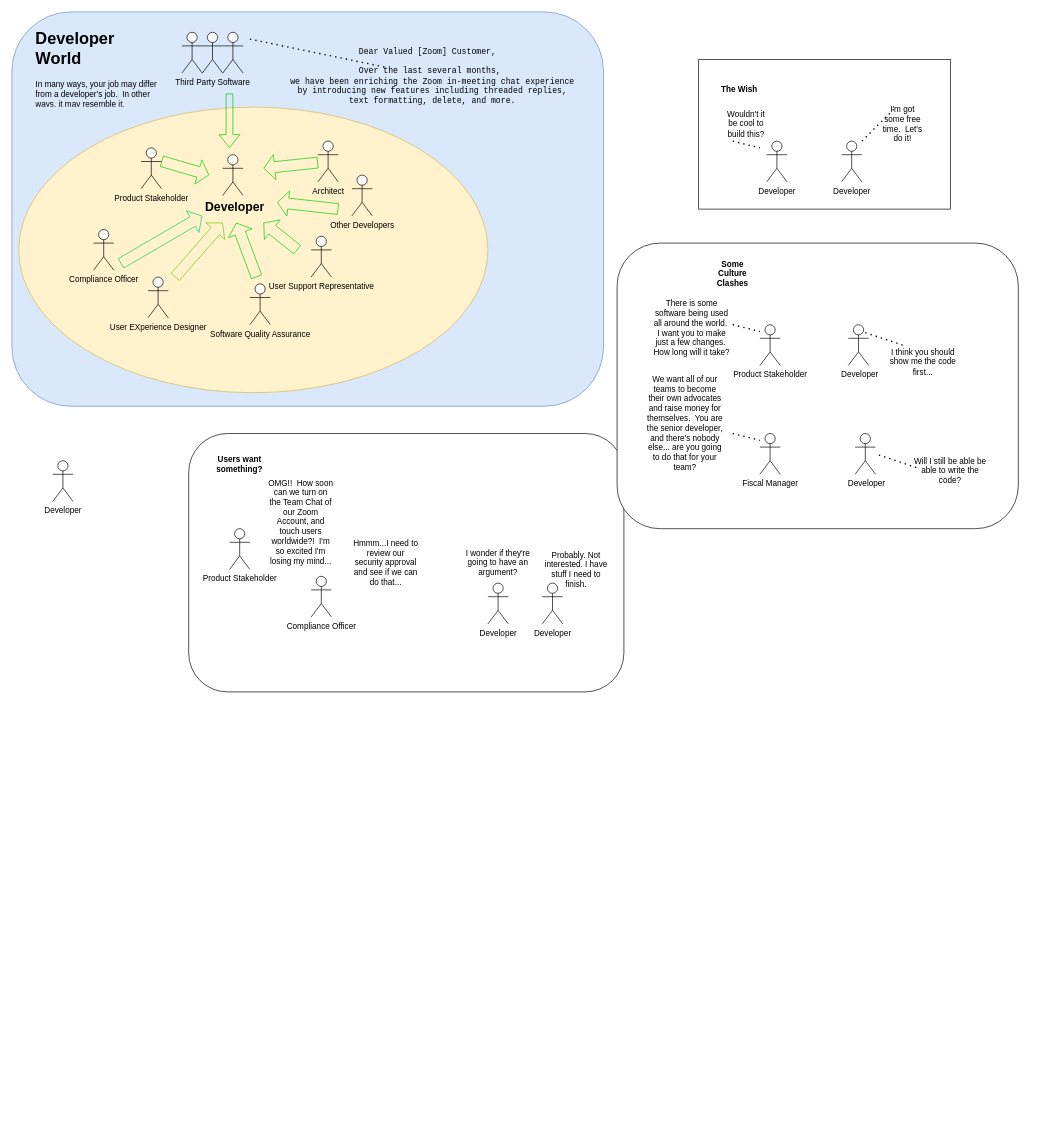
Earlier version of the draw.io diagram DevelopersOperations.drawio (wardance-ferret/drawio). Source tidied: cells renumbered, new cells numbered last; positions are measured from the earlier drawing's top-left corner, leaving out a move shared by most shapes. Both pictures are drawn from the tidied source at 68%, with x=0, y=0 at pixel (12, 12).
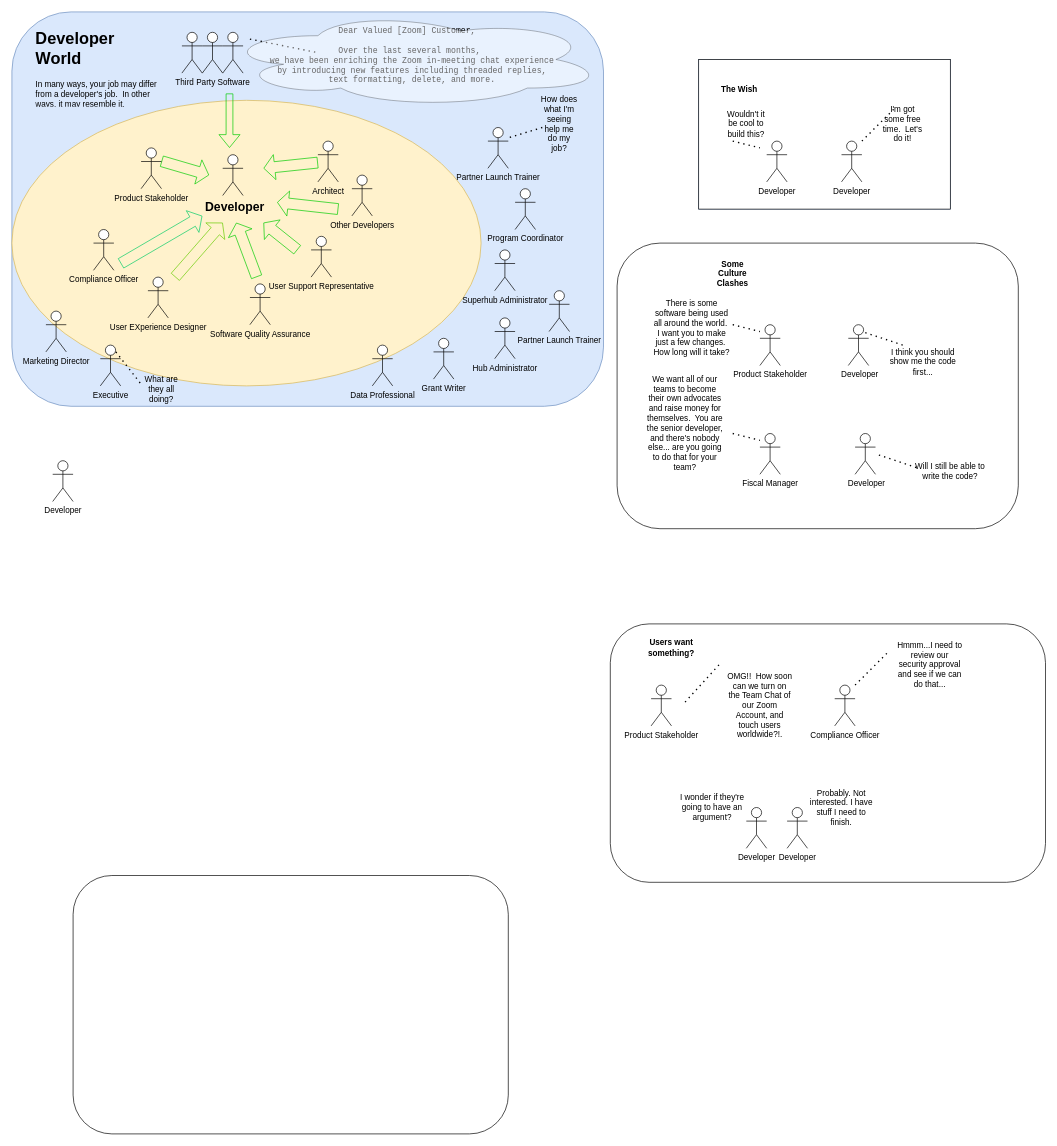
Above is the later version.

The change refers to these unchanged cells:
```xml
<mxCell id="36" style="group;" parent="1" vertex="1">
  <mxGeometry x="890" y="340" width="590" height="420" as="geometry" />
</mxCell>
```

Diff of the diagram source:
```diff
@@
-    <mxCell id="2" style="rounded=1;whiteSpace=wrap;html=1;" parent="1" vertex="1">
-      <mxGeometry x="260" y="620" width="640" height="380" as="geometry" />
-    </mxCell>
@@
     <mxCell id="4" style="ellipse;whiteSpace=wrap;html=1;fillColor=#fff2cc;strokeColor=#d6b656;" parent="1" vertex="1">
-      <mxGeometry x="10" y="140" width="690" height="420" as="geometry" />
+      <mxGeometry y="130" width="690" height="420" as="geometry" />
     </mxCell>
+    <mxCell id="2" style="rounded=1;whiteSpace=wrap;html=1;" parent="1" vertex="1">
+      <mxGeometry x="880" y="900" width="640" height="380" as="geometry" />
+    </mxCell>
@@
     <mxCell id="11" value="&lt;pre class=&quot;c-mrkdwn__pre&quot;&gt;Dear Valued [Zoom] Customer, &lt;br/&gt;&lt;br/&gt;Over the last several months,&lt;br&gt; we have been enriching the Zoom in-meeting chat experience&lt;br&gt; by introducing new features including threaded replies,&lt;br&gt; text formatting, delete, and more.&lt;/pre&gt;" style="text;html=1;strokeColor=none;fillColor=none;align=center;verticalAlign=middle;whiteSpace=wrap;rounded=0;" parent="1" vertex="1">
-      <mxGeometry x="550" y="60" width="130" height="70" as="geometry" />
+      <mxGeometry x="520" y="30" width="130" height="70" as="geometry" />
     </mxCell>
-    <mxCell id="12" style="endArrow=none;dashed=1;html=1;dashPattern=1 3;strokeWidth=2;rounded=0;" parent="1" edge="1" target="11">
+    <mxCell id="12" style="endArrow=none;dashed=1;html=1;dashPattern=1 3;strokeWidth=2;rounded=0;" parent="1" edge="1">
       <mxGeometry relative="1" as="geometry">
         <mxPoint x="350" y="40" as="sourcePoint" />
+        <mxPoint x="450" y="60" as="targetPoint" />
       </mxGeometry>
     </mxCell>
@@
     <mxCell id="17" value="Product Stakeholder" style="shape=umlActor;verticalLabelPosition=bottom;verticalAlign=top;html=1;" parent="1" vertex="1">
-      <mxGeometry x="320" y="760" width="30" height="60" as="geometry" />
+      <mxGeometry x="940" y="990" width="30" height="60" as="geometry" />
     </mxCell>
@@
-    <mxCell id="23" style="group;" parent="1" vertex="1">
+    <mxCell id="23" style="group;fillColor=#DAE8FC;strokeColor=#6c8ebf;fillStyle=dots;" parent="1" vertex="1">
       <mxGeometry x="1010" y="70" width="370" height="220" as="geometry" />
     </mxCell>
@@
-    <mxCell id="50" value="Will I still be able be able to write the code?" style="text;html=1;strokeColor=none;fillColor=none;align=center;verticalAlign=middle;whiteSpace=wrap;rounded=0;" parent="36" vertex="1">
+    <mxCell id="50" value="Will I still be able to write the code?" style="text;html=1;strokeColor=none;fillColor=none;align=center;verticalAlign=middle;whiteSpace=wrap;rounded=0;" parent="36" vertex="1">
       <mxGeometry x="430" y="310" width="120" height="50" as="geometry" />
     </mxCell>
@@
     <mxCell id="52" value="Developer" style="shape=umlActor;verticalLabelPosition=bottom;verticalAlign=top;html=1;" parent="1" vertex="1">
-      <mxGeometry x="700" y="840" width="30" height="60" as="geometry" />
+      <mxGeometry x="1080" y="1170" width="30" height="60" as="geometry" />
     </mxCell>
     <mxCell id="53" value="Compliance Officer" style="shape=umlActor;verticalLabelPosition=bottom;verticalAlign=top;html=1;" parent="1" vertex="1">
-      <mxGeometry x="440" y="830" width="30" height="60" as="geometry" />
+      <mxGeometry x="1210" y="990" width="30" height="60" as="geometry" />
     </mxCell>
@@
     <mxCell id="55" value="Hmmm...I need to review our security approval and see if we can do that..." style="text;html=1;strokeColor=none;fillColor=none;align=center;verticalAlign=middle;whiteSpace=wrap;rounded=0;" parent="1" vertex="1">
-      <mxGeometry x="500" y="780" width="100" height="60" as="geometry" />
+      <mxGeometry x="1300" y="930" width="100" height="60" as="geometry" />
     </mxCell>
     <mxCell id="56" value="I wonder if they're going to have an argument?" style="text;html=1;strokeColor=none;fillColor=none;align=center;verticalAlign=middle;whiteSpace=wrap;rounded=0;" parent="1" vertex="1">
-      <mxGeometry x="665" y="780" width="100" height="60" as="geometry" />
+      <mxGeometry x="980" y="1140" width="100" height="60" as="geometry" />
     </mxCell>
-    <mxCell id="57" value="OMG!!&amp;nbsp; How soon can we turn on the Team Chat of our Zoom Account, and touch users worldwide?!&amp;nbsp; I'm so excited I'm losing my mind..." style="text;html=1;strokeColor=none;fillColor=none;align=center;verticalAlign=middle;whiteSpace=wrap;rounded=0;" parent="1" vertex="1">
-      <mxGeometry x="375" y="720" width="100" height="60" as="geometry" />
+    <mxCell id="57" value="OMG!!&amp;nbsp; How soon can we turn on the Team Chat of our Zoom Account, and touch users worldwide?!." style="text;html=1;strokeColor=none;fillColor=none;align=center;verticalAlign=middle;whiteSpace=wrap;rounded=0;" parent="1" vertex="1">
+      <mxGeometry x="1050" y="990" width="100" height="60" as="geometry" />
     </mxCell>
     <mxCell id="58" value="Developer" style="shape=umlActor;verticalLabelPosition=bottom;verticalAlign=top;html=1;" parent="1" vertex="1">
-      <mxGeometry x="780" y="840" width="30" height="60" as="geometry" />
+      <mxGeometry x="1140" y="1170" width="30" height="60" as="geometry" />
     </mxCell>
     <mxCell id="59" value="Probably. Not interested. I have stuff I need to finish." style="text;html=1;strokeColor=none;fillColor=none;align=center;verticalAlign=middle;whiteSpace=wrap;rounded=0;" parent="1" vertex="1">
-      <mxGeometry x="780" y="790" width="100" height="60" as="geometry" />
+      <mxGeometry x="1170" y="1140" width="100" height="60" as="geometry" />
     </mxCell>
     <mxCell id="60" value="&lt;b&gt;Users want something?&lt;br&gt;&lt;/b&gt;" style="text;html=1;strokeColor=none;fillColor=none;align=center;verticalAlign=middle;whiteSpace=wrap;rounded=0;" parent="1" vertex="1">
-      <mxGeometry x="305" y="650" width="60" height="30" as="geometry" />
+      <mxGeometry x="940" y="920" width="60" height="30" as="geometry" />
     </mxCell>
+    <mxCell id="61" style="endArrow=none;dashed=1;html=1;dashPattern=1 3;strokeWidth=2;rounded=0;" parent="1" edge="1">
+      <mxGeometry relative="1" as="geometry">
+        <mxPoint x="1240" y="990" as="sourcePoint" />
+        <mxPoint x="1290" y="940" as="targetPoint" />
+      </mxGeometry>
+    </mxCell>
+    <mxCell id="62" style="endArrow=none;dashed=1;html=1;dashPattern=1 3;strokeWidth=2;rounded=0;" parent="1" edge="1">
+      <mxGeometry relative="1" as="geometry">
+        <mxPoint x="990" y="1015" as="sourcePoint" />
+        <mxPoint x="1040" y="960" as="targetPoint" />
+      </mxGeometry>
+    </mxCell>
+    <mxCell id="63" style="rounded=1;whiteSpace=wrap;html=1;" parent="1" vertex="1">
+      <mxGeometry x="90" y="1270" width="640" height="380" as="geometry" />
+    </mxCell>
+    <mxCell id="64" value="Superhub Administrator" style="shape=umlActor;verticalLabelPosition=bottom;verticalAlign=top;html=1;" parent="1" vertex="1">
+      <mxGeometry x="710" y="350" width="30" height="60" as="geometry" />
+    </mxCell>
+    <mxCell id="65" value="Partner Launch Trainer" style="shape=umlActor;verticalLabelPosition=bottom;verticalAlign=top;html=1;" parent="1" vertex="1">
+      <mxGeometry x="700" y="170" width="30" height="60" as="geometry" />
+    </mxCell>
+    <mxCell id="66" value="Hub Administrator" style="shape=umlActor;verticalLabelPosition=bottom;verticalAlign=top;html=1;" parent="1" vertex="1">
+      <mxGeometry x="710" y="450" width="30" height="60" as="geometry" />
+    </mxCell>
+    <mxCell id="67" value="Grant Writer" style="shape=umlActor;verticalLabelPosition=bottom;verticalAlign=top;html=1;" parent="1" vertex="1">
+      <mxGeometry x="620" y="480" width="30" height="60" as="geometry" />
+    </mxCell>
+    <mxCell id="68" value="Partner Launch Trainer" style="shape=umlActor;verticalLabelPosition=bottom;verticalAlign=top;html=1;" parent="1" vertex="1">
+      <mxGeometry x="790" y="410" width="30" height="60" as="geometry" />
+    </mxCell>
+    <mxCell id="69" value="Program Coordinator" style="shape=umlActor;verticalLabelPosition=bottom;verticalAlign=top;html=1;" parent="1" vertex="1">
+      <mxGeometry x="740" y="260" width="30" height="60" as="geometry" />
+    </mxCell>
+    <mxCell id="70" value="Data Professional" style="shape=umlActor;verticalLabelPosition=bottom;verticalAlign=top;html=1;" parent="1" vertex="1">
+      <mxGeometry x="530" y="490" width="30" height="60" as="geometry" />
+    </mxCell>
+    <mxCell id="71" value="Executive" style="shape=umlActor;verticalLabelPosition=bottom;verticalAlign=top;html=1;" parent="1" vertex="1">
+      <mxGeometry x="130" y="490" width="30" height="60" as="geometry" />
+    </mxCell>
+    <mxCell id="72" value="Marketing Director" style="shape=umlActor;verticalLabelPosition=bottom;verticalAlign=top;html=1;" parent="1" vertex="1">
+      <mxGeometry x="50" y="440" width="30" height="60" as="geometry" />
+    </mxCell>
+    <mxCell id="73" style="ellipse;shape=cloud;whiteSpace=wrap;html=1;opacity=40;" parent="1" vertex="1">
+      <mxGeometry x="310" width="560" height="140" as="geometry" />
+    </mxCell>
+    <mxCell id="74" value="What are they all doing?" style="text;html=1;strokeColor=none;fillColor=none;align=center;verticalAlign=middle;whiteSpace=wrap;rounded=0;" parent="1" vertex="1">
+      <mxGeometry x="190" y="540" width="60" height="30" as="geometry" />
+    </mxCell>
+    <mxCell id="75" style="endArrow=none;dashed=1;html=1;dashPattern=1 3;strokeWidth=2;rounded=0;" parent="1" edge="1">
+      <mxGeometry relative="1" as="geometry">
+        <mxPoint x="780" y="170" as="sourcePoint" />
+        <mxPoint x="730" y="185.2" as="targetPoint" />
+      </mxGeometry>
+    </mxCell>
+    <mxCell id="76" style="endArrow=none;dashed=1;html=1;dashPattern=1 3;strokeWidth=2;rounded=0;entryX=0;entryY=0.25;entryDx=0;entryDy=0;" parent="1" edge="1" target="74">
+      <mxGeometry relative="1" as="geometry">
+        <mxPoint x="152.9" y="500" as="sourcePoint" />
+      </mxGeometry>
+    </mxCell>
+    <mxCell id="77" value="How does what I'm seeing help me do my job?" style="text;html=1;strokeColor=none;fillColor=none;align=center;verticalAlign=middle;whiteSpace=wrap;rounded=0;" parent="1" vertex="1">
+      <mxGeometry x="775" y="150" width="60" height="30" as="geometry" />
+    </mxCell>
```
